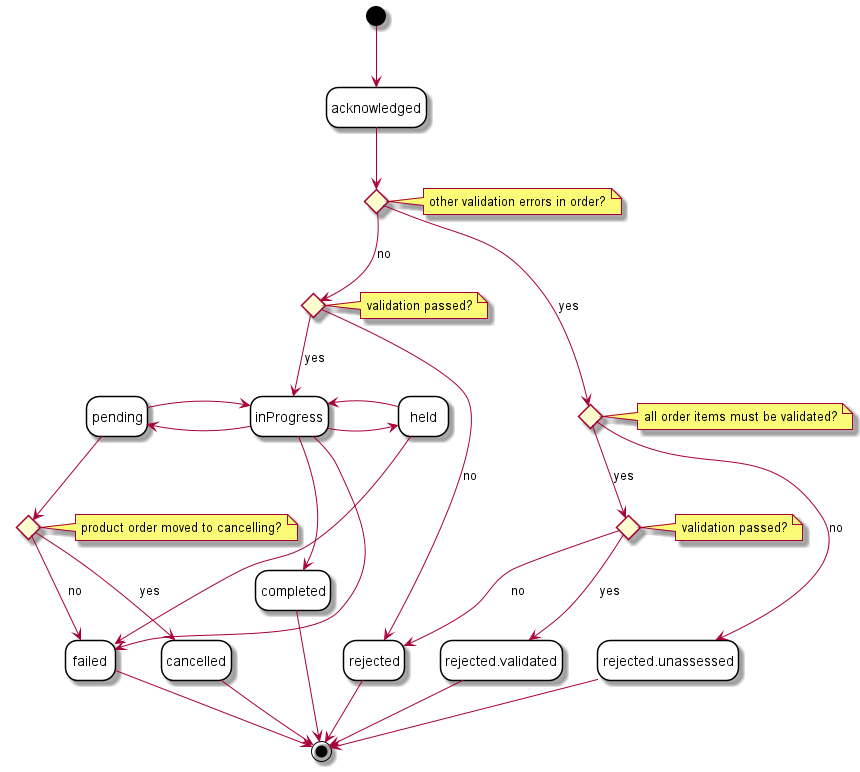
The PlantUML diagram documentation/productApi/order/media/productOrderItemFlow.png in MEF-GIT/MEF-LSO-Sonata-SDK, before a commit.
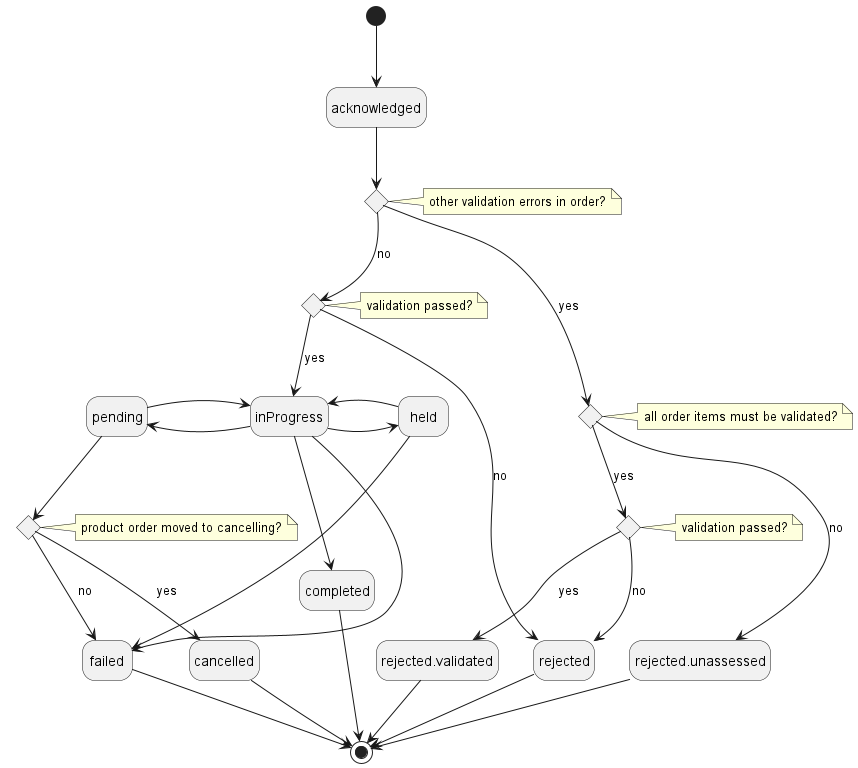
The same file after the commit.

Diff of the diagram source:
```diff
@@ -1,9 +1,6 @@
 @startuml
 
-skinparam state {
-    BackgroundColor White
-    BorderColor Black
-}
+
 hide empty description
 
 state other_errors <<choice>>
@@ -21,13 +18,15 @@
 state product_order_moved <<choice>>
 note right of product_order_moved : product order moved to cancelling?
 
+state "rejected.validated" as validated
+state "rejected.unassessed" as unassessed
 
 other_errors -d[hidden]-> validation_passed
 other_errors -d[hidden]-> all_order_validated
 
 validation_passed_other -d[hidden]-> rejected
-validation_passed_other -d[hidden]-> rejected.validated
-validation_passed_other -d[hidden]-> rejected.unassessed
+validation_passed_other -d[hidden]-> validated
+validation_passed_other -d[hidden]-> unassessed
 
 inProgress -d[hidden]-> product_order_moved
 
@@ -55,17 +54,17 @@
 product_order_moved --> failed : no
 product_order_moved --> cancelled : yes
 
-all_order_validated -[norank]-> rejected.unassessed : no
+all_order_validated -[norank]-> unassessed : no
 all_order_validated -d-> validation_passed_other : yes
 
 validation_passed_other -[norank]-> rejected : no
-validation_passed_other -[norank]-> rejected.validated : yes
+validation_passed_other -[norank]-> validated : yes
 
 completed --> [*]
 failed --> [*]
 cancelled --> [*]
-rejected.unassessed --> [*]
-rejected.validated --> [*]
+unassessed --> [*]
+validated --> [*]
 rejected --> [*]
 
 @enduml
```
